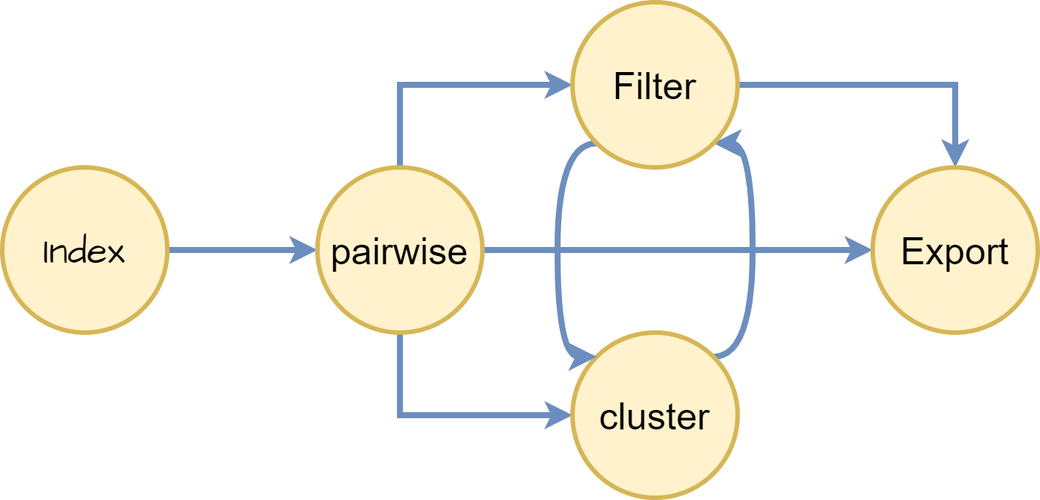
Before: docs/usage/dbretina_chain.png, a diagram exported from draw.io (DBRetina/docs). Source tidied: cells renumbered, new cells last; positions are measured from the earlier drawing's top-left corner, leaving out a move shared by most shapes. Source of this version:
```xml
<mxGraphModel>
  <root>
    <mxCell id="0" />
    <mxCell id="1" parent="0" />
    <mxCell id="2" style="edgeStyle=orthogonalEdgeStyle;rounded=1;jettySize=auto;html=1;fontSize=38;fontStyle=1;labelBackgroundColor=none;fontColor=default;strokeWidth=4;fillColor=#dae8fc;strokeColor=#6c8ebf;" parent="1" edge="1" source="3" target="7">
      <mxGeometry relative="1" as="geometry" />
    </mxCell>
    <mxCell id="3" value="&lt;font face=&quot;Architects Daughter&quot;&gt;Index&lt;/font&gt;" style="ellipse;whiteSpace=wrap;html=1;strokeWidth=3;fontSize=25;rounded=1;labelBackgroundColor=none;fillColor=#fff2cc;strokeColor=#d6b656;" parent="1" vertex="1">
      <mxGeometry y="110" width="110" height="110" as="geometry" />
    </mxCell>
    <mxCell id="4" style="edgeStyle=orthogonalEdgeStyle;rounded=0;hachureGap=4;jettySize=auto;html=1;exitX=0.5;exitY=0;exitDx=0;exitDy=0;entryX=0;entryY=0.5;entryDx=0;entryDy=0;fontFamily=Architects Daughter;fontSource=https%3A%2F%2Ffonts.googleapis.com%2Fcss%3Ffamily%3DArchitects%2BDaughter;fontSize=16;strokeWidth=4;fillColor=#dae8fc;strokeColor=#6c8ebf;" parent="1" edge="1" source="7" target="12">
      <mxGeometry relative="1" as="geometry" />
    </mxCell>
    <mxCell id="5" style="edgeStyle=orthogonalEdgeStyle;rounded=0;hachureGap=4;jettySize=auto;html=1;exitX=0.5;exitY=1;exitDx=0;exitDy=0;entryX=0;entryY=0.5;entryDx=0;entryDy=0;fontFamily=Architects Daughter;fontSource=https%3A%2F%2Ffonts.googleapis.com%2Fcss%3Ffamily%3DArchitects%2BDaughter;fontSize=16;strokeWidth=4;fillColor=#dae8fc;strokeColor=#6c8ebf;" parent="1" edge="1" source="7" target="9">
      <mxGeometry relative="1" as="geometry" />
    </mxCell>
    <mxCell id="6" style="edgeStyle=orthogonalEdgeStyle;curved=1;rounded=0;hachureGap=4;jettySize=auto;html=1;exitX=1;exitY=0.5;exitDx=0;exitDy=0;entryX=0;entryY=0.5;entryDx=0;entryDy=0;strokeColor=#6c8ebf;fontFamily=Architects Daughter;fontSource=https%3A%2F%2Ffonts.googleapis.com%2Fcss%3Ffamily%3DArchitects%2BDaughter;fontSize=16;strokeWidth=4;fillColor=#dae8fc;" parent="1" edge="1" source="7" target="13">
      <mxGeometry relative="1" as="geometry" />
    </mxCell>
    <mxCell id="7" value="pairwise" style="ellipse;whiteSpace=wrap;html=1;strokeWidth=3;fontSize=25;rounded=1;labelBackgroundColor=none;fillColor=#fff2cc;strokeColor=#d6b656;" parent="1" vertex="1">
      <mxGeometry x="210" y="110" width="110" height="110" as="geometry" />
    </mxCell>
    <mxCell id="8" style="edgeStyle=orthogonalEdgeStyle;rounded=0;hachureGap=4;jettySize=auto;html=1;exitX=1;exitY=0;exitDx=0;exitDy=0;entryX=1;entryY=1;entryDx=0;entryDy=0;fontFamily=Architects Daughter;fontSource=https%3A%2F%2Ffonts.googleapis.com%2Fcss%3Ffamily%3DArchitects%2BDaughter;fontSize=16;curved=1;strokeWidth=4;fillColor=#dae8fc;strokeColor=#6c8ebf;" parent="1" edge="1" source="9" target="12">
      <mxGeometry relative="1" as="geometry">
        <Array as="points">
          <mxPoint x="500" y="236" />
          <mxPoint x="500" y="94" />
        </Array>
      </mxGeometry>
    </mxCell>
    <mxCell id="9" value="cluster" style="ellipse;whiteSpace=wrap;html=1;strokeWidth=3;fontSize=25;rounded=1;labelBackgroundColor=none;fillColor=#fff2cc;strokeColor=#d6b656;" parent="1" vertex="1">
      <mxGeometry x="380" y="220" width="110" height="110" as="geometry" />
    </mxCell>
    <mxCell id="10" style="edgeStyle=orthogonalEdgeStyle;rounded=0;hachureGap=4;jettySize=auto;html=1;exitX=0;exitY=1;exitDx=0;exitDy=0;entryX=0;entryY=0;entryDx=0;entryDy=0;fontFamily=Architects Daughter;fontSource=https%3A%2F%2Ffonts.googleapis.com%2Fcss%3Ffamily%3DArchitects%2BDaughter;fontSize=16;strokeColor=#6c8ebf;curved=1;strokeWidth=4;fillColor=#dae8fc;" parent="1" edge="1" source="12" target="9">
      <mxGeometry relative="1" as="geometry">
        <Array as="points">
          <mxPoint x="370" y="94" />
          <mxPoint x="370" y="236" />
        </Array>
      </mxGeometry>
    </mxCell>
    <mxCell id="11" style="edgeStyle=orthogonalEdgeStyle;rounded=0;hachureGap=4;jettySize=auto;html=1;exitX=1;exitY=0.5;exitDx=0;exitDy=0;entryX=0.5;entryY=0;entryDx=0;entryDy=0;strokeColor=#6c8ebf;fontFamily=Architects Daughter;fontSource=https%3A%2F%2Ffonts.googleapis.com%2Fcss%3Ffamily%3DArchitects%2BDaughter;fontSize=16;strokeWidth=4;fillColor=#dae8fc;" parent="1" edge="1" source="12" target="13">
      <mxGeometry relative="1" as="geometry" />
    </mxCell>
    <mxCell id="12" value="Filter" style="ellipse;whiteSpace=wrap;html=1;strokeWidth=3;fontSize=25;rounded=1;labelBackgroundColor=none;fillColor=#fff2cc;strokeColor=#d6b656;" parent="1" vertex="1">
      <mxGeometry x="380" width="110" height="110" as="geometry" />
    </mxCell>
    <mxCell id="13" value="Export" style="ellipse;whiteSpace=wrap;html=1;strokeWidth=3;fontSize=25;rounded=1;labelBackgroundColor=none;fillColor=#fff2cc;strokeColor=#d6b656;" parent="1" vertex="1">
      <mxGeometry x="580" y="110" width="110" height="110" as="geometry" />
    </mxCell>
  </root>
</mxGraphModel>
```
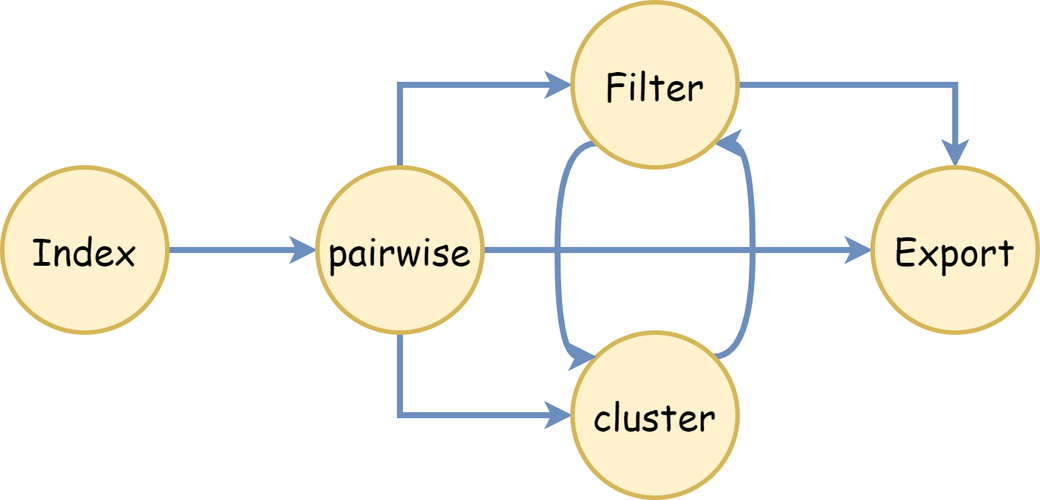
The same file after the commit.

The edit, as a diff of the source:
```diff
@@ -2,25 +2,25 @@
   <root>
     <mxCell id="0" />
     <mxCell id="1" parent="0" />
-    <mxCell id="2" style="edgeStyle=orthogonalEdgeStyle;rounded=1;jettySize=auto;html=1;fontSize=38;fontStyle=1;labelBackgroundColor=none;fontColor=default;strokeWidth=4;fillColor=#dae8fc;strokeColor=#6c8ebf;" parent="1" edge="1" source="3" target="7">
+    <mxCell id="2" style="edgeStyle=orthogonalEdgeStyle;rounded=1;jettySize=auto;html=1;fontSize=38;fontStyle=1;labelBackgroundColor=none;fontColor=default;strokeWidth=4;fillColor=#dae8fc;strokeColor=#6c8ebf;fontFamily=Comic Sans MS;" parent="1" edge="1" source="3" target="7">
       <mxGeometry relative="1" as="geometry" />
     </mxCell>
-    <mxCell id="3" value="&lt;font face=&quot;Architects Daughter&quot;&gt;Index&lt;/font&gt;" style="ellipse;whiteSpace=wrap;html=1;strokeWidth=3;fontSize=25;rounded=1;labelBackgroundColor=none;fillColor=#fff2cc;strokeColor=#d6b656;" parent="1" vertex="1">
+    <mxCell id="3" value="&lt;font&gt;Index&lt;/font&gt;" style="ellipse;whiteSpace=wrap;html=1;strokeWidth=3;fontSize=25;rounded=1;labelBackgroundColor=none;fillColor=#fff2cc;strokeColor=#d6b656;fontFamily=Comic Sans MS;" parent="1" vertex="1">
       <mxGeometry y="110" width="110" height="110" as="geometry" />
     </mxCell>
-    <mxCell id="4" style="edgeStyle=orthogonalEdgeStyle;rounded=0;hachureGap=4;jettySize=auto;html=1;exitX=0.5;exitY=0;exitDx=0;exitDy=0;entryX=0;entryY=0.5;entryDx=0;entryDy=0;fontFamily=Architects Daughter;fontSource=https%3A%2F%2Ffonts.googleapis.com%2Fcss%3Ffamily%3DArchitects%2BDaughter;fontSize=16;strokeWidth=4;fillColor=#dae8fc;strokeColor=#6c8ebf;" parent="1" edge="1" source="7" target="12">
+    <mxCell id="4" style="edgeStyle=orthogonalEdgeStyle;rounded=0;hachureGap=4;jettySize=auto;html=1;exitX=0.5;exitY=0;exitDx=0;exitDy=0;entryX=0;entryY=0.5;entryDx=0;entryDy=0;fontFamily=Comic Sans MS;fontSize=16;strokeWidth=4;fillColor=#dae8fc;strokeColor=#6c8ebf;" parent="1" edge="1" source="7" target="12">
       <mxGeometry relative="1" as="geometry" />
     </mxCell>
-    <mxCell id="5" style="edgeStyle=orthogonalEdgeStyle;rounded=0;hachureGap=4;jettySize=auto;html=1;exitX=0.5;exitY=1;exitDx=0;exitDy=0;entryX=0;entryY=0.5;entryDx=0;entryDy=0;fontFamily=Architects Daughter;fontSource=https%3A%2F%2Ffonts.googleapis.com%2Fcss%3Ffamily%3DArchitects%2BDaughter;fontSize=16;strokeWidth=4;fillColor=#dae8fc;strokeColor=#6c8ebf;" parent="1" edge="1" source="7" target="9">
+    <mxCell id="5" style="edgeStyle=orthogonalEdgeStyle;rounded=0;hachureGap=4;jettySize=auto;html=1;exitX=0.5;exitY=1;exitDx=0;exitDy=0;entryX=0;entryY=0.5;entryDx=0;entryDy=0;fontFamily=Comic Sans MS;fontSize=16;strokeWidth=4;fillColor=#dae8fc;strokeColor=#6c8ebf;" parent="1" edge="1" source="7" target="9">
       <mxGeometry relative="1" as="geometry" />
     </mxCell>
-    <mxCell id="6" style="edgeStyle=orthogonalEdgeStyle;curved=1;rounded=0;hachureGap=4;jettySize=auto;html=1;exitX=1;exitY=0.5;exitDx=0;exitDy=0;entryX=0;entryY=0.5;entryDx=0;entryDy=0;strokeColor=#6c8ebf;fontFamily=Architects Daughter;fontSource=https%3A%2F%2Ffonts.googleapis.com%2Fcss%3Ffamily%3DArchitects%2BDaughter;fontSize=16;strokeWidth=4;fillColor=#dae8fc;" parent="1" edge="1" source="7" target="13">
+    <mxCell id="6" style="edgeStyle=orthogonalEdgeStyle;curved=1;rounded=0;hachureGap=4;jettySize=auto;html=1;exitX=1;exitY=0.5;exitDx=0;exitDy=0;entryX=0;entryY=0.5;entryDx=0;entryDy=0;strokeColor=#6c8ebf;fontFamily=Comic Sans MS;fontSize=16;strokeWidth=4;fillColor=#dae8fc;" parent="1" edge="1" source="7" target="13">
       <mxGeometry relative="1" as="geometry" />
     </mxCell>
-    <mxCell id="7" value="pairwise" style="ellipse;whiteSpace=wrap;html=1;strokeWidth=3;fontSize=25;rounded=1;labelBackgroundColor=none;fillColor=#fff2cc;strokeColor=#d6b656;" parent="1" vertex="1">
+    <mxCell id="7" value="pairwise" style="ellipse;whiteSpace=wrap;html=1;strokeWidth=3;fontSize=25;rounded=1;labelBackgroundColor=none;fillColor=#fff2cc;strokeColor=#d6b656;fontFamily=Comic Sans MS;" parent="1" vertex="1">
       <mxGeometry x="210" y="110" width="110" height="110" as="geometry" />
     </mxCell>
-    <mxCell id="8" style="edgeStyle=orthogonalEdgeStyle;rounded=0;hachureGap=4;jettySize=auto;html=1;exitX=1;exitY=0;exitDx=0;exitDy=0;entryX=1;entryY=1;entryDx=0;entryDy=0;fontFamily=Architects Daughter;fontSource=https%3A%2F%2Ffonts.googleapis.com%2Fcss%3Ffamily%3DArchitects%2BDaughter;fontSize=16;curved=1;strokeWidth=4;fillColor=#dae8fc;strokeColor=#6c8ebf;" parent="1" edge="1" source="9" target="12">
+    <mxCell id="8" style="edgeStyle=orthogonalEdgeStyle;rounded=0;hachureGap=4;jettySize=auto;html=1;exitX=1;exitY=0;exitDx=0;exitDy=0;entryX=1;entryY=1;entryDx=0;entryDy=0;fontFamily=Comic Sans MS;fontSize=16;curved=1;strokeWidth=4;fillColor=#dae8fc;strokeColor=#6c8ebf;" parent="1" edge="1" source="9" target="12">
       <mxGeometry relative="1" as="geometry">
         <Array as="points">
           <mxPoint x="500" y="236" />
@@ -28,10 +28,10 @@
         </Array>
       </mxGeometry>
     </mxCell>
-    <mxCell id="9" value="cluster" style="ellipse;whiteSpace=wrap;html=1;strokeWidth=3;fontSize=25;rounded=1;labelBackgroundColor=none;fillColor=#fff2cc;strokeColor=#d6b656;" parent="1" vertex="1">
+    <mxCell id="9" value="cluster" style="ellipse;whiteSpace=wrap;html=1;strokeWidth=3;fontSize=25;rounded=1;labelBackgroundColor=none;fillColor=#fff2cc;strokeColor=#d6b656;fontFamily=Comic Sans MS;" parent="1" vertex="1">
       <mxGeometry x="380" y="220" width="110" height="110" as="geometry" />
     </mxCell>
-    <mxCell id="10" style="edgeStyle=orthogonalEdgeStyle;rounded=0;hachureGap=4;jettySize=auto;html=1;exitX=0;exitY=1;exitDx=0;exitDy=0;entryX=0;entryY=0;entryDx=0;entryDy=0;fontFamily=Architects Daughter;fontSource=https%3A%2F%2Ffonts.googleapis.com%2Fcss%3Ffamily%3DArchitects%2BDaughter;fontSize=16;strokeColor=#6c8ebf;curved=1;strokeWidth=4;fillColor=#dae8fc;" parent="1" edge="1" source="12" target="9">
+    <mxCell id="10" style="edgeStyle=orthogonalEdgeStyle;rounded=0;hachureGap=4;jettySize=auto;html=1;exitX=0;exitY=1;exitDx=0;exitDy=0;entryX=0;entryY=0;entryDx=0;entryDy=0;fontFamily=Comic Sans MS;fontSize=16;strokeColor=#6c8ebf;curved=1;strokeWidth=4;fillColor=#dae8fc;" parent="1" edge="1" source="12" target="9">
       <mxGeometry relative="1" as="geometry">
         <Array as="points">
           <mxPoint x="370" y="94" />
@@ -39,13 +39,13 @@
         </Array>
       </mxGeometry>
     </mxCell>
-    <mxCell id="11" style="edgeStyle=orthogonalEdgeStyle;rounded=0;hachureGap=4;jettySize=auto;html=1;exitX=1;exitY=0.5;exitDx=0;exitDy=0;entryX=0.5;entryY=0;entryDx=0;entryDy=0;strokeColor=#6c8ebf;fontFamily=Architects Daughter;fontSource=https%3A%2F%2Ffonts.googleapis.com%2Fcss%3Ffamily%3DArchitects%2BDaughter;fontSize=16;strokeWidth=4;fillColor=#dae8fc;" parent="1" edge="1" source="12" target="13">
+    <mxCell id="11" style="edgeStyle=orthogonalEdgeStyle;rounded=0;hachureGap=4;jettySize=auto;html=1;exitX=1;exitY=0.5;exitDx=0;exitDy=0;entryX=0.5;entryY=0;entryDx=0;entryDy=0;strokeColor=#6c8ebf;fontFamily=Comic Sans MS;fontSize=16;strokeWidth=4;fillColor=#dae8fc;" parent="1" edge="1" source="12" target="13">
       <mxGeometry relative="1" as="geometry" />
     </mxCell>
-    <mxCell id="12" value="Filter" style="ellipse;whiteSpace=wrap;html=1;strokeWidth=3;fontSize=25;rounded=1;labelBackgroundColor=none;fillColor=#fff2cc;strokeColor=#d6b656;" parent="1" vertex="1">
+    <mxCell id="12" value="Filter" style="ellipse;whiteSpace=wrap;html=1;strokeWidth=3;fontSize=25;rounded=1;labelBackgroundColor=none;fillColor=#fff2cc;strokeColor=#d6b656;fontFamily=Comic Sans MS;" parent="1" vertex="1">
       <mxGeometry x="380" width="110" height="110" as="geometry" />
     </mxCell>
-    <mxCell id="13" value="Export" style="ellipse;whiteSpace=wrap;html=1;strokeWidth=3;fontSize=25;rounded=1;labelBackgroundColor=none;fillColor=#fff2cc;strokeColor=#d6b656;" parent="1" vertex="1">
+    <mxCell id="13" value="Export" style="ellipse;whiteSpace=wrap;html=1;strokeWidth=3;fontSize=25;rounded=1;labelBackgroundColor=none;fillColor=#fff2cc;strokeColor=#d6b656;fontFamily=Comic Sans MS;" parent="1" vertex="1">
       <mxGeometry x="580" y="110" width="110" height="110" as="geometry" />
     </mxCell>
   </root>
```
